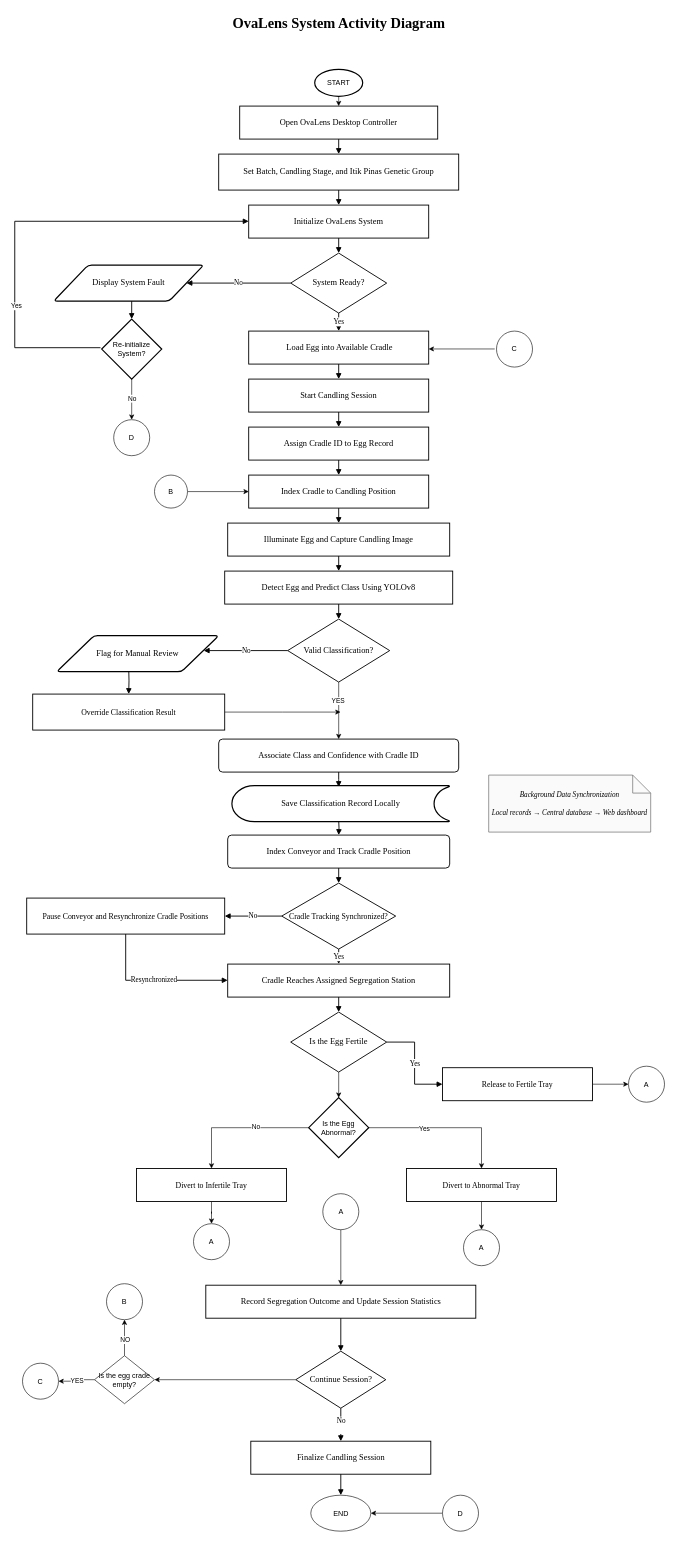
Above: docs/diagrams/flowcharts/Systemflow_chart_final.drawio in Dev-RyleR6/OvaLens-Ecosystem (draw.io), before the change. Source tidied: cells renumbered, new cells numbered last; positions are measured from the earlier drawing's top-left corner, leaving out a move shared by most shapes. Both pictures are drawn from the tidied source at 60%, with x=0, y=0 at pixel (14, 10).
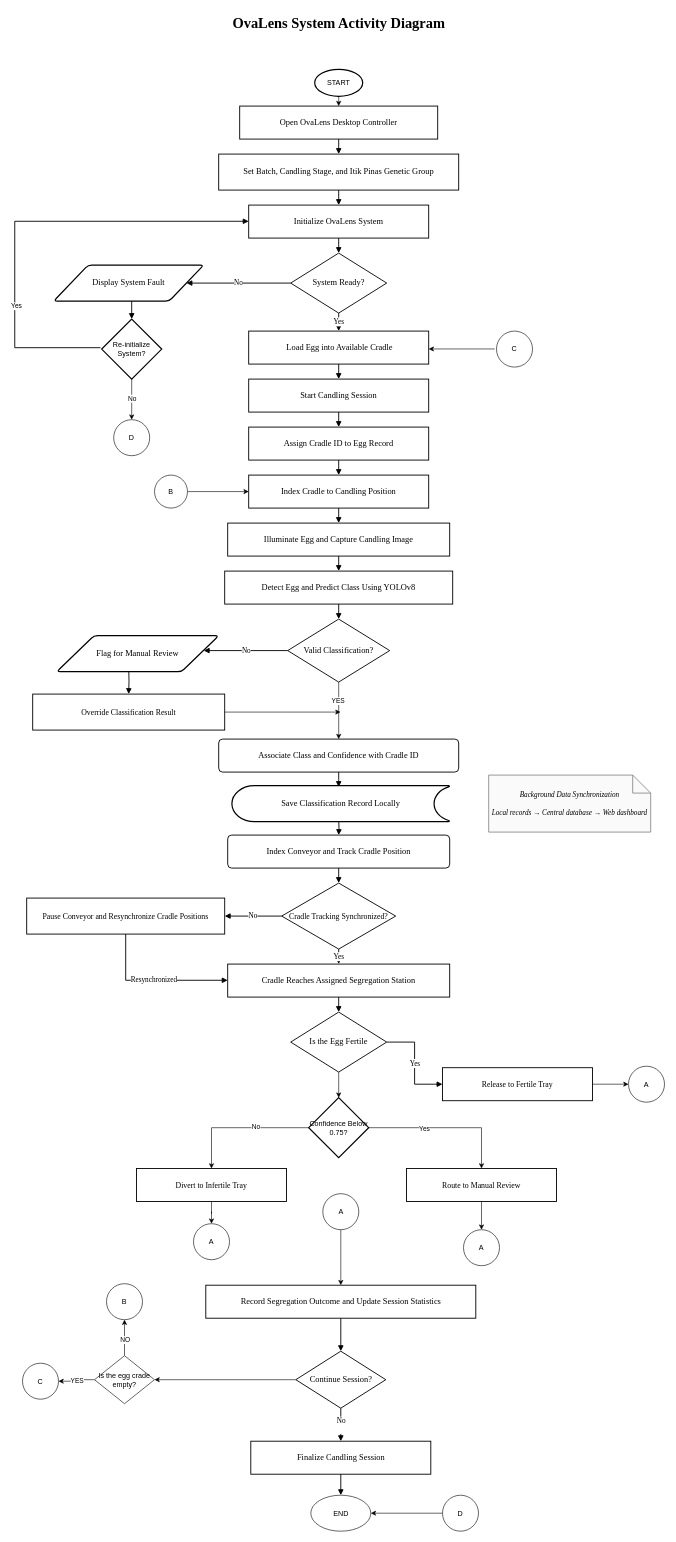
The same page after the edit.

Diff of the diagram source:
```diff
@@
-    <mxCell id="30" value="Divert to Abnormal Tray" style="rounded=0;arcSize=12;whiteSpace=wrap;html=1;strokeWidth=1.5;strokeColor=#000000;fillColor=#FFFFFF;fontFamily=Times New Roman;fontSize=13;" parent="1" vertex="1">
+    <mxCell id="30" value="Route to Manual Review" style="rounded=0;arcSize=12;whiteSpace=wrap;html=1;strokeWidth=1.5;strokeColor=#000000;fillColor=#FFFFFF;fontFamily=Times New Roman;fontSize=13;" parent="1" vertex="1">
       <mxGeometry x="653" y="1931" width="250" height="55" as="geometry" />
     </mxCell>
@@
-    <mxCell id="70" value="Is the Egg Abnormal?" style="strokeWidth=2;html=1;shape=mxgraph.flowchart.decision;whiteSpace=wrap;" parent="1" vertex="1">
+    <mxCell id="70" value="Confidence Below 0.75?" style="strokeWidth=2;html=1;shape=mxgraph.flowchart.decision;whiteSpace=wrap;" parent="1" vertex="1">
       <mxGeometry x="490" y="1813" width="100" height="100" as="geometry" />
     </mxCell>
```
